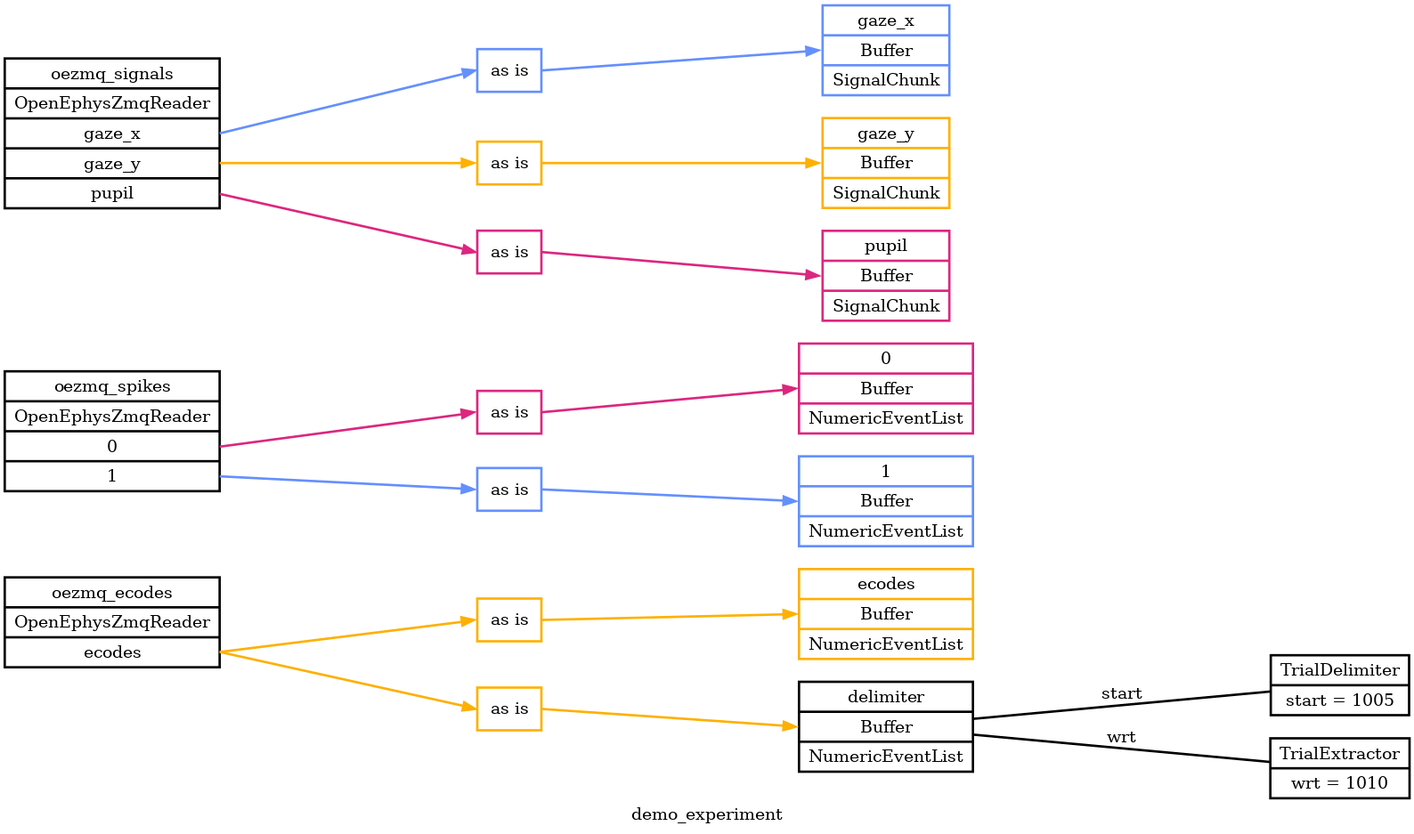
This is pyramid/docs/open-ephys-zmq-demo/demo_experiment.png from benjamin-heasly/gold-lab-nwb-conversions, a Graphviz export, as it was before one commit. Its source is kept beside it as pyramid/docs/open-ephys-zmq-demo/demo_experiment.dot. Source of this version:
```dot
digraph demo_experiment {
	graph [label=demo_experiment overlap=scale rankdir=LR ranksep=3.0 splines=false]
	node [penwidth=2.0]
	edge [penwidth=2.0]
	oezmq_ecodes [label="oezmq_ecodes|OpenEphysZmqReader|<ecodes>ecodes" shape=record]
	oezmq_spikes [label="oezmq_spikes|OpenEphysZmqReader|<0>0|<1>1" shape=record]
	oezmq_signals [label="oezmq_signals|OpenEphysZmqReader|<gaze_x>gaze_x|<gaze_y>gaze_y|<pupil>pupil" shape=record]
	ecodes [label="ecodes|Buffer|NumericEventList" color="#FFB000" shape=record]
	delimiter [label="delimiter|Buffer|NumericEventList" shape=record]
	0 [label="0|Buffer|NumericEventList" color="#DC267F" shape=record]
	1 [label="1|Buffer|NumericEventList" color="#648FFF" shape=record]
	gaze_x [label="gaze_x|Buffer|SignalChunk" color="#648FFF" shape=record]
	gaze_y [label="gaze_y|Buffer|SignalChunk" color="#FFB000" shape=record]
	pupil [label="pupil|Buffer|SignalChunk" color="#DC267F" shape=record]
	oezmq_ecodes_route_0 [label="as is" color="#FFB000" shape=record]
	oezmq_ecodes:ecodes:e -> oezmq_ecodes_route_0:w [color="#FFB000"]
	oezmq_ecodes_route_0:e -> ecodes:w [color="#FFB000"]
	oezmq_ecodes_route_1 [label="as is" color="#FFB000" shape=record]
	oezmq_ecodes:ecodes:e -> oezmq_ecodes_route_1:w [color="#FFB000"]
	oezmq_ecodes_route_1:e -> delimiter:w [color="#FFB000"]
	oezmq_spikes_route_0 [label="as is" color="#DC267F" shape=record]
	oezmq_spikes:0:e -> oezmq_spikes_route_0:w [color="#DC267F"]
	oezmq_spikes_route_0:e -> 0:w [color="#DC267F"]
	oezmq_spikes_route_1 [label="as is" color="#648FFF" shape=record]
	oezmq_spikes:1:e -> oezmq_spikes_route_1:w [color="#648FFF"]
	oezmq_spikes_route_1:e -> 1:w [color="#648FFF"]
	oezmq_signals_route_0 [label="as is" color="#648FFF" shape=record]
	oezmq_signals:gaze_x:e -> oezmq_signals_route_0:w [color="#648FFF"]
	oezmq_signals_route_0:e -> gaze_x:w [color="#648FFF"]
	oezmq_signals_route_1 [label="as is" color="#FFB000" shape=record]
	oezmq_signals:gaze_y:e -> oezmq_signals_route_1:w [color="#FFB000"]
	oezmq_signals_route_1:e -> gaze_y:w [color="#FFB000"]
	oezmq_signals_route_2 [label="as is" color="#DC267F" shape=record]
	oezmq_signals:pupil:e -> oezmq_signals_route_2:w [color="#DC267F"]
	oezmq_signals_route_2:e -> pupil:w [color="#DC267F"]
	trial_delimiter [label="TrialDelimiter|start = 1005" shape=record]
	delimiter -> trial_delimiter [label=start arrowhead=none arrowtail=none]
	trial_extractor [label="TrialExtractor|wrt = 1010" shape=record]
	delimiter -> trial_extractor [label=wrt arrowhead=none arrowtail=none]
}
```
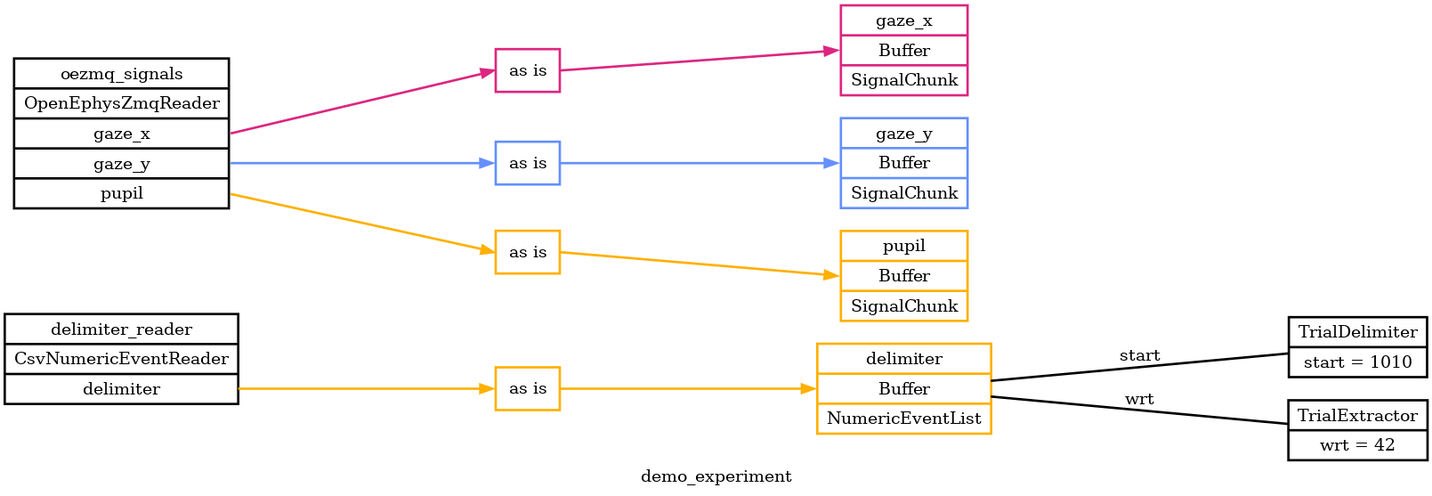
The same file after the commit.

Commit message:
Test and debug Pyramid Open Ephys ZMQ demo.

What changed in the source:
```diff
@@ -2,39 +2,26 @@
 	graph [label=demo_experiment overlap=scale rankdir=LR ranksep=3.0 splines=false]
 	node [penwidth=2.0]
 	edge [penwidth=2.0]
-	oezmq_ecodes [label="oezmq_ecodes|OpenEphysZmqReader|<ecodes>ecodes" shape=record]
-	oezmq_spikes [label="oezmq_spikes|OpenEphysZmqReader|<0>0|<1>1" shape=record]
+	delimiter_reader [label="delimiter_reader|CsvNumericEventReader|<delimiter>delimiter" shape=record]
 	oezmq_signals [label="oezmq_signals|OpenEphysZmqReader|<gaze_x>gaze_x|<gaze_y>gaze_y|<pupil>pupil" shape=record]
-	ecodes [label="ecodes|Buffer|NumericEventList" color="#FFB000" shape=record]
-	delimiter [label="delimiter|Buffer|NumericEventList" shape=record]
-	0 [label="0|Buffer|NumericEventList" color="#DC267F" shape=record]
-	1 [label="1|Buffer|NumericEventList" color="#648FFF" shape=record]
-	gaze_x [label="gaze_x|Buffer|SignalChunk" color="#648FFF" shape=record]
-	gaze_y [label="gaze_y|Buffer|SignalChunk" color="#FFB000" shape=record]
-	pupil [label="pupil|Buffer|SignalChunk" color="#DC267F" shape=record]
-	oezmq_ecodes_route_0 [label="as is" color="#FFB000" shape=record]
-	oezmq_ecodes:ecodes:e -> oezmq_ecodes_route_0:w [color="#FFB000"]
-	oezmq_ecodes_route_0:e -> ecodes:w [color="#FFB000"]
-	oezmq_ecodes_route_1 [label="as is" color="#FFB000" shape=record]
-	oezmq_ecodes:ecodes:e -> oezmq_ecodes_route_1:w [color="#FFB000"]
-	oezmq_ecodes_route_1:e -> delimiter:w [color="#FFB000"]
-	oezmq_spikes_route_0 [label="as is" color="#DC267F" shape=record]
-	oezmq_spikes:0:e -> oezmq_spikes_route_0:w [color="#DC267F"]
-	oezmq_spikes_route_0:e -> 0:w [color="#DC267F"]
-	oezmq_spikes_route_1 [label="as is" color="#648FFF" shape=record]
-	oezmq_spikes:1:e -> oezmq_spikes_route_1:w [color="#648FFF"]
-	oezmq_spikes_route_1:e -> 1:w [color="#648FFF"]
-	oezmq_signals_route_0 [label="as is" color="#648FFF" shape=record]
-	oezmq_signals:gaze_x:e -> oezmq_signals_route_0:w [color="#648FFF"]
-	oezmq_signals_route_0:e -> gaze_x:w [color="#648FFF"]
-	oezmq_signals_route_1 [label="as is" color="#FFB000" shape=record]
-	oezmq_signals:gaze_y:e -> oezmq_signals_route_1:w [color="#FFB000"]
-	oezmq_signals_route_1:e -> gaze_y:w [color="#FFB000"]
-	oezmq_signals_route_2 [label="as is" color="#DC267F" shape=record]
-	oezmq_signals:pupil:e -> oezmq_signals_route_2:w [color="#DC267F"]
-	oezmq_signals_route_2:e -> pupil:w [color="#DC267F"]
-	trial_delimiter [label="TrialDelimiter|start = 1005" shape=record]
+	delimiter [label="delimiter|Buffer|NumericEventList" color="#FFB000" shape=record]
+	gaze_x [label="gaze_x|Buffer|SignalChunk" color="#DC267F" shape=record]
+	gaze_y [label="gaze_y|Buffer|SignalChunk" color="#648FFF" shape=record]
+	pupil [label="pupil|Buffer|SignalChunk" color="#FFB000" shape=record]
+	delimiter_reader_route_0 [label="as is" color="#FFB000" shape=record]
+	delimiter_reader:delimiter:e -> delimiter_reader_route_0:w [color="#FFB000"]
+	delimiter_reader_route_0:e -> delimiter:w [color="#FFB000"]
+	oezmq_signals_route_0 [label="as is" color="#DC267F" shape=record]
+	oezmq_signals:gaze_x:e -> oezmq_signals_route_0:w [color="#DC267F"]
+	oezmq_signals_route_0:e -> gaze_x:w [color="#DC267F"]
+	oezmq_signals_route_1 [label="as is" color="#648FFF" shape=record]
+	oezmq_signals:gaze_y:e -> oezmq_signals_route_1:w [color="#648FFF"]
+	oezmq_signals_route_1:e -> gaze_y:w [color="#648FFF"]
+	oezmq_signals_route_2 [label="as is" color="#FFB000" shape=record]
+	oezmq_signals:pupil:e -> oezmq_signals_route_2:w [color="#FFB000"]
+	oezmq_signals_route_2:e -> pupil:w [color="#FFB000"]
+	trial_delimiter [label="TrialDelimiter|start = 1010" shape=record]
 	delimiter -> trial_delimiter [label=start arrowhead=none arrowtail=none]
-	trial_extractor [label="TrialExtractor|wrt = 1010" shape=record]
+	trial_extractor [label="TrialExtractor|wrt = 42" shape=record]
 	delimiter -> trial_extractor [label=wrt arrowhead=none arrowtail=none]
 }
```
